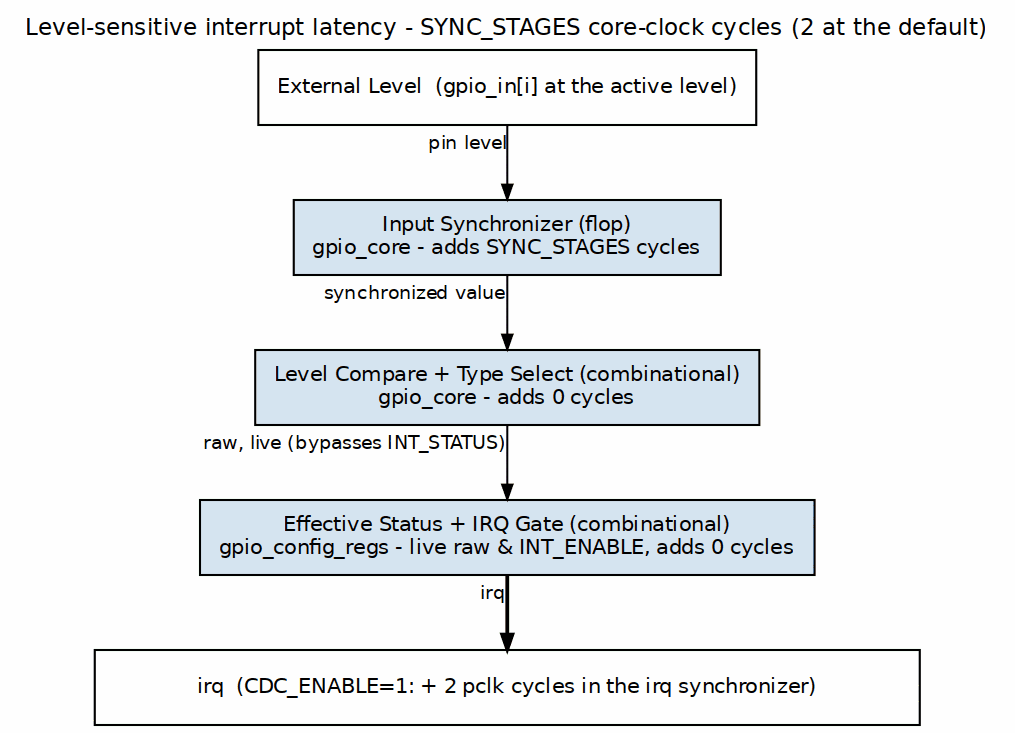
Earlier version of the Graphviz export projects/components/legacy-ip/retro_legacy_blocks/docs/gpio_mas/assets/graphviz/gpio_irq_latency_level.png (sean-galloway/RTLDesignSherpa). Its source is kept beside it as projects/components/legacy-ip/retro_legacy_blocks/docs/gpio_mas/assets/graphviz/gpio_irq_latency_level.dot.
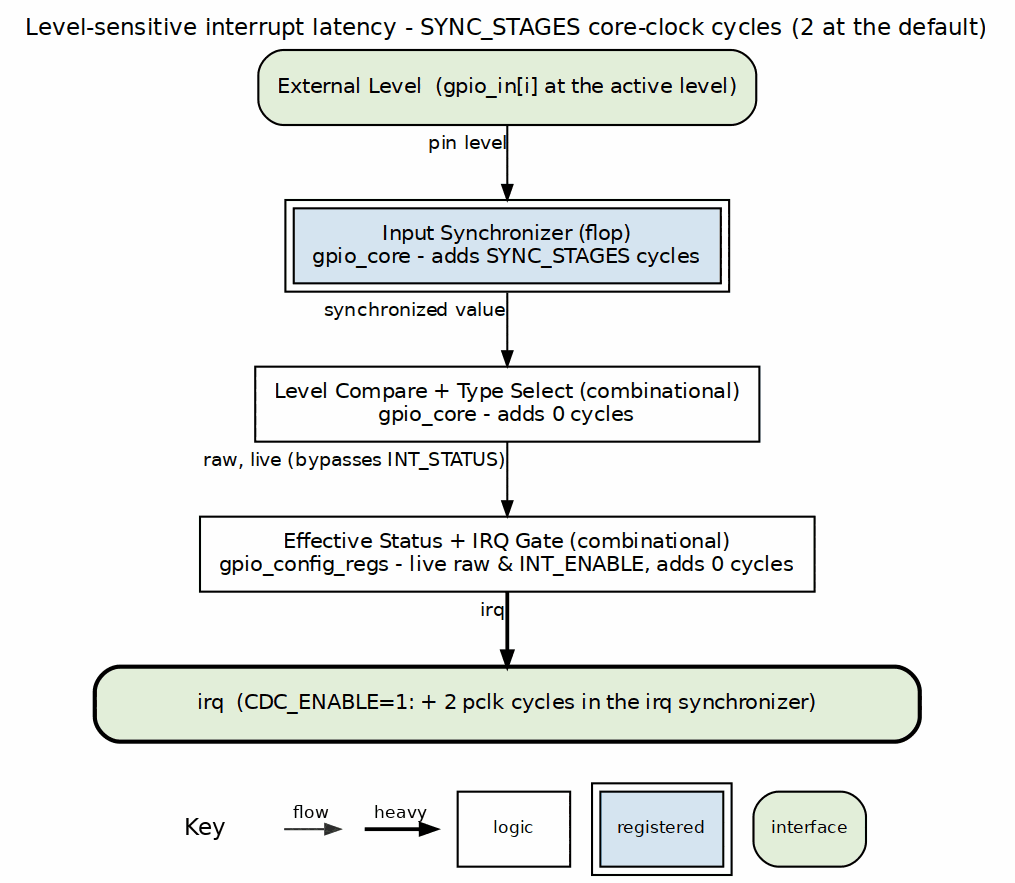
Above is the later version.

The edit, as a diff of the source:
```diff
@@ -3,13 +3,13 @@
            nodesep="0.45", ranksep="0.50", splines=ortho, newrank=true,
            labelloc=t, labeljust=c, label="Level-sensitive interrupt latency - SYNC_STAGES core-clock cycles (2 at the default)"];
     node  [fontname="Helvetica", fontsize=10, shape=box, style=filled,
-           fillcolor="#D6E4F0", color="black", margin="0.12,0.06"];
+           fillcolor="white", color="black", margin="0.12,0.06"];
     edge  [fontname="Helvetica", fontsize=9, color="black", arrowsize=0.7];
-    pin [label="External Level  (gpio_in[i] at the active level)", fillcolor="white"];
-    syn [label="Input Synchronizer (flop)\ngpio_core - adds SYNC_STAGES cycles"];
-    det [label="Level Compare + Type Select (combinational)\ngpio_core - adds 0 cycles"];
-    agg [label="Effective Status + IRQ Gate (combinational)\ngpio_config_regs - live raw & INT_ENABLE, adds 0 cycles"];
-    bar [label="irq  (CDC_ENABLE=1: + 2 pclk cycles in the irq synchronizer)", fillcolor="white", width=5.5];
+    pin [label="External Level  (gpio_in[i] at the active level)", fillcolor="white", style="rounded,filled", fillcolor="#E2EFDA"];
+    syn [label="Input Synchronizer (flop)\ngpio_core - adds SYNC_STAGES cycles", peripheries=2, style="filled", fillcolor="#D6E4F0"];
+    det [label="Level Compare + Type Select (combinational)\ngpio_core - adds 0 cycles", style="filled", fillcolor="white"];
+    agg [label="Effective Status + IRQ Gate (combinational)\ngpio_config_regs - live raw & INT_ENABLE, adds 0 cycles", style="filled", fillcolor="white"];
+    bar [label="irq  (CDC_ENABLE=1: + 2 pclk cycles in the irq synchronizer)", fillcolor="white", width=5.5, style="rounded,filled,bold", fillcolor="#E2EFDA"];
     pin -> syn [xlabel="pin level"];
     syn -> det [xlabel="synchronized value"];
     det -> agg [xlabel="raw, live (bypasses INT_STATUS)"];
```
